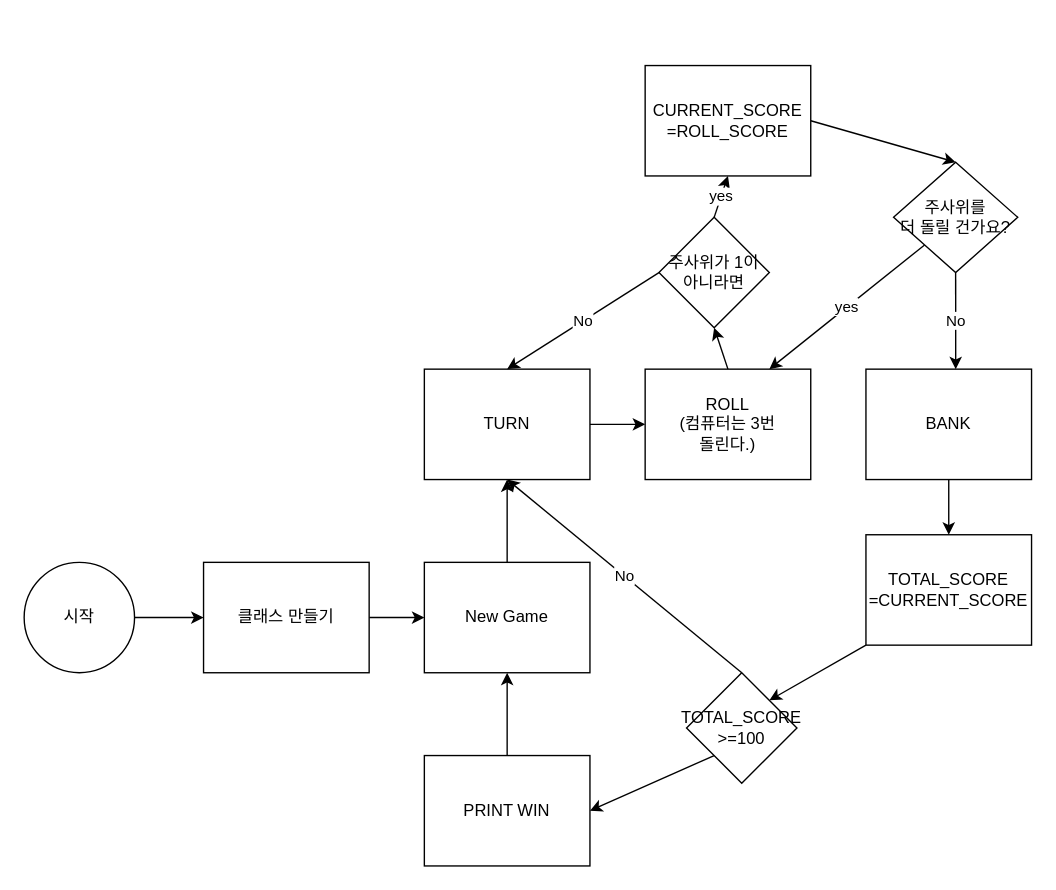
Earlier version of the draw.io diagram ct.drawio (shinhan-XXFP-team/pig-dice-game). Source tidied: cells renumbered, new cells numbered last; positions are measured from the earlier drawing's top-left corner, leaving out a move shared by most shapes. Both pictures are drawn from the tidied source at 138%, with x=0, y=0 at pixel (23, 65).
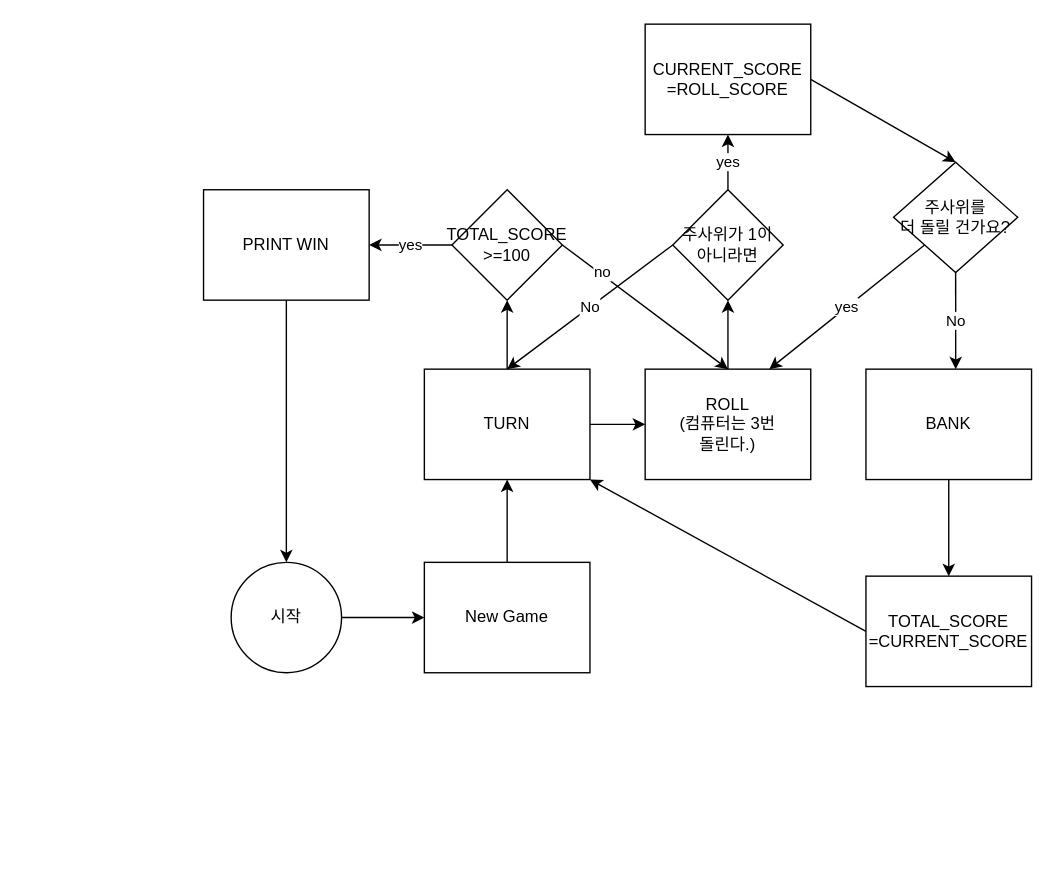
Above is the later version.

Unchanged cells that the change refers to:
```xml
<mxCell id="7" value="New Game" style="rounded=0;whiteSpace=wrap;html=1;" parent="1" vertex="1">
  <mxGeometry x="290" y="360" width="120" height="80" as="geometry" />
</mxCell>
<mxCell id="9" value="ROLL&lt;br&gt;(컴퓨터는 3번 &lt;br&gt;돌린다.)" style="rounded=0;whiteSpace=wrap;html=1;" parent="1" vertex="1">
  <mxGeometry x="450" y="220" width="120" height="80" as="geometry" />
</mxCell>
<mxCell id="13" value="TURN" style="rounded=0;whiteSpace=wrap;html=1;" parent="1" vertex="1">
  <mxGeometry x="290" y="220" width="120" height="80" as="geometry" />
</mxCell>
```

Change to the diagram source:
```diff
@@
-    <mxCell id="2" style="edgeStyle=none;html=1;entryX=0;entryY=0.5;entryDx=0;entryDy=0;" parent="1" edge="1" source="3" target="5">
-      <mxGeometry relative="1" as="geometry" />
-    </mxCell>
     <mxCell id="3" value="시작" style="ellipse;whiteSpace=wrap;html=1;" parent="1" vertex="1">
-      <mxGeometry y="360" width="80" height="80" as="geometry" />
+      <mxGeometry x="150" y="360" width="80" height="80" as="geometry" />
     </mxCell>
-    <mxCell id="4" style="edgeStyle=none;html=1;exitX=1;exitY=0.5;exitDx=0;exitDy=0;entryX=0;entryY=0.5;entryDx=0;entryDy=0;" parent="1" edge="1" source="5" target="7">
-      <mxGeometry relative="1" as="geometry" />
+    <mxCell id="4" style="edgeStyle=none;html=1;exitX=1;exitY=0.5;exitDx=0;exitDy=0;entryX=0;entryY=0.5;entryDx=0;entryDy=0;" parent="1" edge="1" target="7">
+      <mxGeometry relative="1" as="geometry">
+        <mxPoint x="230" y="400" as="sourcePoint" />
+      </mxGeometry>
     </mxCell>
-    <mxCell id="5" value="클래스 만들기" style="rounded=0;whiteSpace=wrap;html=1;" parent="1" vertex="1">
-      <mxGeometry x="130" y="360" width="120" height="80" as="geometry" />
-    </mxCell>
@@
+    <mxCell id="29" style="edgeStyle=none;html=1;exitX=0.5;exitY=0;exitDx=0;exitDy=0;entryX=0.5;entryY=1;entryDx=0;entryDy=0;" parent="1" edge="1" source="13" target="26">
+      <mxGeometry relative="1" as="geometry" />
+    </mxCell>
@@
     <mxCell id="16" value="주사위가 1이 아니라면" style="rhombus;whiteSpace=wrap;html=1;" parent="1" vertex="1">
-      <mxGeometry x="460" y="110" width="80" height="80" as="geometry" />
+      <mxGeometry x="470" y="90" width="80" height="80" as="geometry" />
     </mxCell>
@@
     <mxCell id="18" value="CURRENT_SCORE&lt;br&gt;=ROLL_SCORE" style="rounded=0;whiteSpace=wrap;html=1;" parent="1" vertex="1">
-      <mxGeometry x="450" width="120" height="80" as="geometry" />
+      <mxGeometry x="450" y="-30" width="120" height="80" as="geometry" />
     </mxCell>
@@
-    <mxCell id="22" style="edgeStyle=none;html=1;exitX=0;exitY=1;exitDx=0;exitDy=0;entryX=1;entryY=0;entryDx=0;entryDy=0;" parent="1" edge="1" source="23" target="26">
+    <mxCell id="22" style="edgeStyle=none;html=1;exitX=0;exitY=0.5;exitDx=0;exitDy=0;entryX=1;entryY=1;entryDx=0;entryDy=0;" parent="1" edge="1" source="23" target="13">
       <mxGeometry relative="1" as="geometry" />
     </mxCell>
     <mxCell id="23" value="TOTAL_SCORE&lt;br&gt;=CURRENT_SCORE" style="rounded=0;whiteSpace=wrap;html=1;" parent="1" vertex="1">
-      <mxGeometry x="610" y="340" width="120" height="80" as="geometry" />
+      <mxGeometry x="610" y="370" width="120" height="80" as="geometry" />
     </mxCell>
-    <mxCell id="24" value="No" style="edgeStyle=none;html=1;exitX=0.5;exitY=0;exitDx=0;exitDy=0;entryX=0.5;entryY=1;entryDx=0;entryDy=0;" parent="1" edge="1" source="26" target="13">
-      <mxGeometry relative="1" as="geometry" />
-    </mxCell>
+    <mxCell id="30" value="no" style="edgeStyle=none;html=1;exitX=1;exitY=0.5;exitDx=0;exitDy=0;entryX=0.5;entryY=0;entryDx=0;entryDy=0;" parent="1" edge="1" source="26" target="9">
+      <mxGeometry x="-0.52" y="2" relative="1" as="geometry">
+        <mxPoint x="-1" as="offset" />
+      </mxGeometry>
+    </mxCell>
-    <mxCell id="25" style="edgeStyle=none;html=1;exitX=0;exitY=1;exitDx=0;exitDy=0;entryX=1;entryY=0.5;entryDx=0;entryDy=0;" parent="1" edge="1" source="26" target="28">
+    <mxCell id="25" value="yes" style="edgeStyle=none;html=1;exitX=0;exitY=0.5;exitDx=0;exitDy=0;entryX=1;entryY=0.5;entryDx=0;entryDy=0;" parent="1" edge="1" source="26" target="28">
       <mxGeometry relative="1" as="geometry" />
     </mxCell>
     <mxCell id="26" value="TOTAL_SCORE&lt;br&gt;&amp;gt;=100" style="rhombus;whiteSpace=wrap;html=1;" parent="1" vertex="1">
-      <mxGeometry x="480" y="440" width="80" height="80" as="geometry" />
+      <mxGeometry x="310" y="90" width="80" height="80" as="geometry" />
     </mxCell>
-    <mxCell id="27" style="edgeStyle=none;html=1;exitX=0.5;exitY=0;exitDx=0;exitDy=0;entryX=0.5;entryY=1;entryDx=0;entryDy=0;" parent="1" edge="1" source="28" target="7">
-      <mxGeometry relative="1" as="geometry" />
-    </mxCell>
+    <mxCell id="31" style="edgeStyle=none;html=1;exitX=0.5;exitY=1;exitDx=0;exitDy=0;entryX=0.5;entryY=0;entryDx=0;entryDy=0;" parent="1" edge="1" source="28" target="3">
+      <mxGeometry relative="1" as="geometry" />
+    </mxCell>
     <mxCell id="28" value="PRINT WIN" style="rounded=0;whiteSpace=wrap;html=1;" parent="1" vertex="1">
-      <mxGeometry x="290" y="500" width="120" height="80" as="geometry" />
+      <mxGeometry x="130" y="90" width="120" height="80" as="geometry" />
     </mxCell>
```
